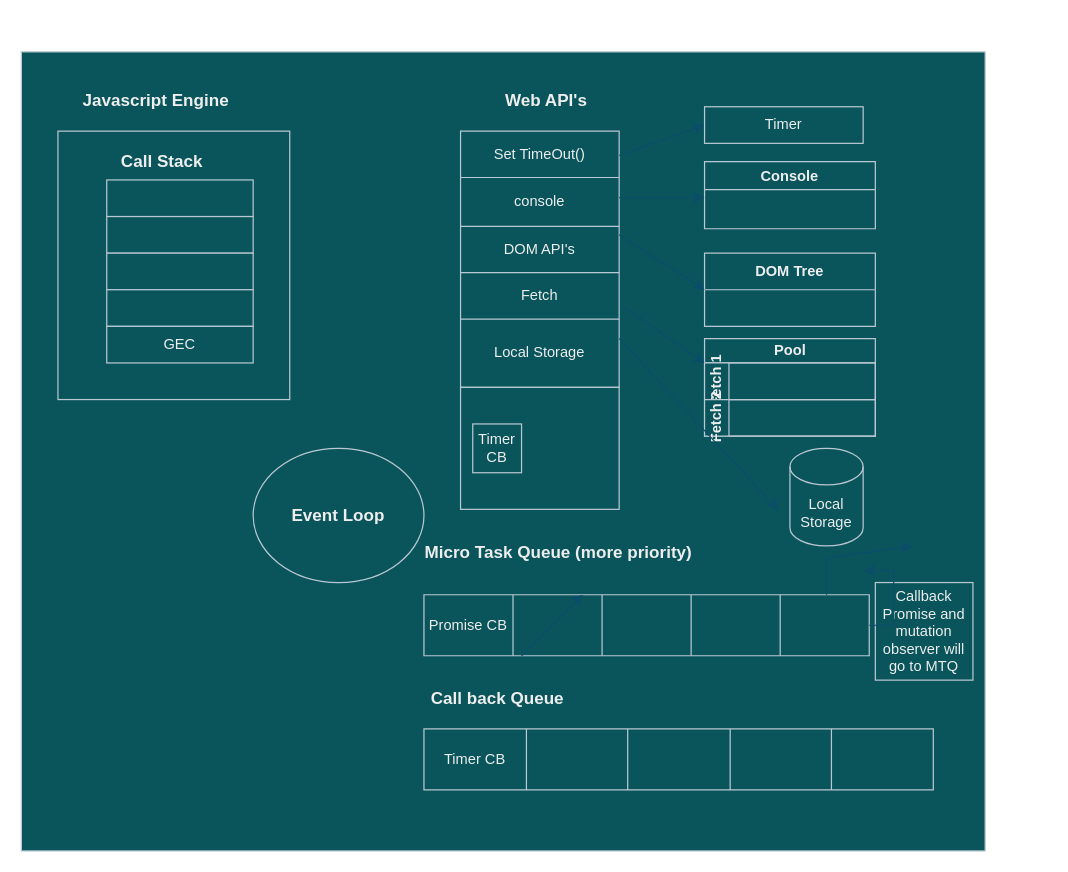
Above: Untitled Diagram.drawio in SRUJANA-PENUGONDA13/Draw.io (draw.io), before the change. Source tidied: cells renumbered, new cells numbered last; positions are measured from the earlier drawing's top-left corner, leaving out a move shared by most shapes. Both pictures are drawn from the tidied source at 122%, with x=0, y=0 at pixel (21, 51).
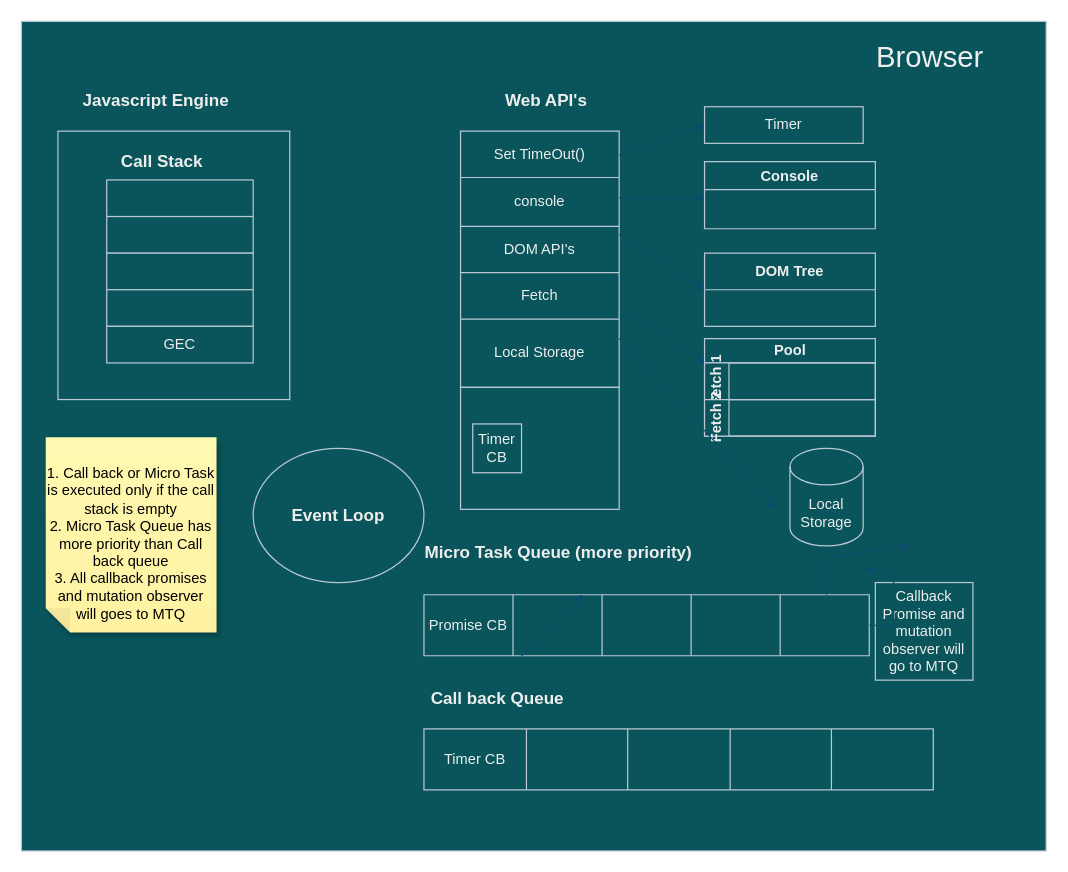
After the change.

Commit message (it also covers changes not shown here):
Event Loop

What changed in the source:
```diff
@@
-    <mxCell id="2" style="rounded=0;whiteSpace=wrap;html=1;labelBackgroundColor=none;fillColor=#09555B;strokeColor=#BAC8D3;fontColor=#EEEEEE;" parent="1" vertex="1">
-      <mxGeometry width="790" height="655" as="geometry" />
+    <mxCell id="2" style="rounded=0;whiteSpace=wrap;html=1;labelBackgroundColor=none;fillColor=#09555B;strokeColor=#BAC8D3;fontColor=#EEEEEE;fontStyle=1;" parent="1" vertex="1">
+      <mxGeometry y="-25" width="840" height="680" as="geometry" />
     </mxCell>
@@
+    <mxCell id="58" value="&lt;br&gt;1. Call back or Micro Task is executed only if the call stack is empty&lt;br&gt;2. Micro Task Queue has more priority than Call back queue&lt;br&gt;3. All callback promises and mutation observer will goes to MTQ" style="shape=note;whiteSpace=wrap;html=1;backgroundOutline=1;fontColor=#000000;darkOpacity=0.05;fillColor=#FFF9B2;strokeColor=none;fillStyle=solid;direction=west;gradientDirection=north;gradientColor=#FFF2A1;shadow=1;size=20;" parent="1" vertex="1">
+      <mxGeometry x="20" y="316" width="140" height="160" as="geometry" />
+    </mxCell>
+    <mxCell id="59" value="&lt;font style=&quot;font-size: 24px;&quot;&gt;Browser&lt;/font&gt;" style="text;strokeColor=none;align=center;fillColor=none;html=1;verticalAlign=middle;whiteSpace=wrap;rounded=0;fontColor=#EEEEEE;" parent="1" vertex="1">
+      <mxGeometry x="670" y="-15" width="150" height="40" as="geometry" />
+    </mxCell>
```
